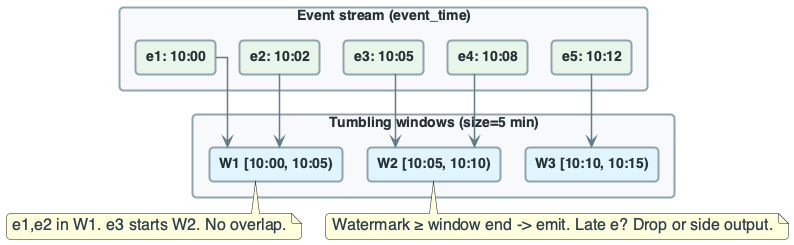
OrPerets/data-engineering-course keeps this PlantUML diagram as diagrams/week10/week10_lecture_slide18_window_example.png. Above is the earlier version.
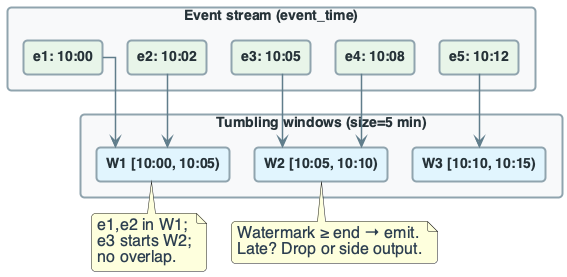
After the change.

What changed in the source:
```diff
@@ -138,7 +138,7 @@
 e4 --> w2
 e5 --> w3
 
-note bottom of w1 : e1,e2 in W1. e3 starts W2. No overlap.
-note bottom of w2 : Watermark ≥ window end -> emit. Late e? Drop or side output.
+note bottom of w1 : e1,e2 in W1;\ne3 starts W2;\nno overlap.
+note bottom of w2 : Watermark ≥ end → emit.\nLate? Drop or side output.
 
 @enduml
```
